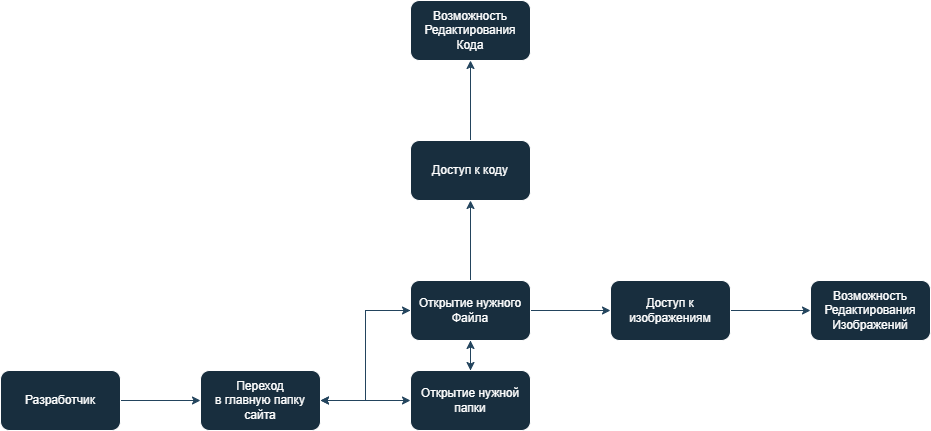
This is DFD.png from s1awisch/site, a draw.io export, as it was before one commit. Source tidied: cells renumbered, new cells last; positions are measured from the earlier drawing's top-left corner, leaving out a move shared by most shapes. The source it was exported from:
```xml
<mxGraphModel>
  <root>
    <mxCell id="0" />
    <mxCell id="1" parent="0" />
    <mxCell id="2" style="edgeStyle=orthogonalEdgeStyle;rounded=0;jettySize=auto;html=1;labelBackgroundColor=none;strokeColor=#23445D;fontColor=default;" parent="1" edge="1" source="3" target="6">
      <mxGeometry relative="1" as="geometry" />
    </mxCell>
    <mxCell id="3" value="Разработчик" style="rounded=1;whiteSpace=wrap;html=1;labelBackgroundColor=none;fillColor=#182E3E;strokeColor=#FFFFFF;fontColor=#FFFFFF;" parent="1" vertex="1">
      <mxGeometry y="370" width="120" height="60" as="geometry" />
    </mxCell>
    <mxCell id="4" style="edgeStyle=orthogonalEdgeStyle;rounded=0;jettySize=auto;html=1;exitX=1;exitY=0.5;exitDx=0;exitDy=0;labelBackgroundColor=none;strokeColor=#23445D;fontColor=default;" parent="1" edge="1" source="6" target="14">
      <mxGeometry relative="1" as="geometry" />
    </mxCell>
    <mxCell id="5" style="edgeStyle=orthogonalEdgeStyle;rounded=0;jettySize=auto;html=1;exitX=1;exitY=0.5;exitDx=0;exitDy=0;entryX=0;entryY=0.5;entryDx=0;entryDy=0;labelBackgroundColor=none;strokeColor=#23445D;fontColor=default;" parent="1" edge="1" source="6" target="12">
      <mxGeometry relative="1" as="geometry" />
    </mxCell>
    <mxCell id="6" value="Переход&lt;br&gt;в главную папку&lt;br&gt;сайта" style="whiteSpace=wrap;html=1;rounded=1;labelBackgroundColor=none;fillColor=#182E3E;strokeColor=#FFFFFF;fontColor=#FFFFFF;" parent="1" vertex="1">
      <mxGeometry x="200" y="370" width="120" height="60" as="geometry" />
    </mxCell>
    <mxCell id="7" style="edgeStyle=orthogonalEdgeStyle;rounded=0;jettySize=auto;html=1;labelBackgroundColor=none;strokeColor=#23445D;fontColor=default;" parent="1" edge="1" source="12" target="14">
      <mxGeometry relative="1" as="geometry" />
    </mxCell>
    <mxCell id="8" style="edgeStyle=orthogonalEdgeStyle;rounded=0;jettySize=auto;html=1;exitX=0;exitY=0.5;exitDx=0;exitDy=0;entryX=1;entryY=0.5;entryDx=0;entryDy=0;labelBackgroundColor=none;strokeColor=#23445D;fontColor=default;" parent="1" edge="1" source="12" target="6">
      <mxGeometry relative="1" as="geometry" />
    </mxCell>
    <mxCell id="9" style="edgeStyle=orthogonalEdgeStyle;rounded=0;jettySize=auto;html=1;exitX=0;exitY=0.5;exitDx=0;exitDy=0;entryX=1;entryY=0.5;entryDx=0;entryDy=0;labelBackgroundColor=none;strokeColor=#23445D;fontColor=default;" parent="1" edge="1" source="12" target="6">
      <mxGeometry relative="1" as="geometry" />
    </mxCell>
    <mxCell id="10" style="edgeStyle=orthogonalEdgeStyle;rounded=0;jettySize=auto;html=1;labelBackgroundColor=none;strokeColor=#23445D;fontColor=default;" parent="1" edge="1" source="12" target="16">
      <mxGeometry relative="1" as="geometry" />
    </mxCell>
    <mxCell id="11" style="edgeStyle=orthogonalEdgeStyle;rounded=0;jettySize=auto;html=1;labelBackgroundColor=none;strokeColor=#23445D;fontColor=default;" parent="1" edge="1" source="12" target="18">
      <mxGeometry relative="1" as="geometry" />
    </mxCell>
    <mxCell id="12" value="Открытие нужного&lt;br&gt;Файла" style="whiteSpace=wrap;html=1;rounded=1;labelBackgroundColor=none;fillColor=#182E3E;strokeColor=#FFFFFF;fontColor=#FFFFFF;" parent="1" vertex="1">
      <mxGeometry x="410" y="280" width="120" height="60" as="geometry" />
    </mxCell>
    <mxCell id="13" style="edgeStyle=orthogonalEdgeStyle;rounded=0;jettySize=auto;html=1;exitX=0.5;exitY=0;exitDx=0;exitDy=0;labelBackgroundColor=none;strokeColor=#23445D;fontColor=default;" parent="1" edge="1" source="14" target="12">
      <mxGeometry relative="1" as="geometry" />
    </mxCell>
    <mxCell id="14" value="Открытие нужной папки" style="whiteSpace=wrap;html=1;rounded=1;labelBackgroundColor=none;fillColor=#182E3E;strokeColor=#FFFFFF;fontColor=#FFFFFF;" parent="1" vertex="1">
      <mxGeometry x="410" y="370" width="120" height="60" as="geometry" />
    </mxCell>
    <mxCell id="15" style="edgeStyle=orthogonalEdgeStyle;rounded=0;jettySize=auto;html=1;labelBackgroundColor=none;strokeColor=#23445D;fontColor=default;" parent="1" edge="1" source="16" target="20">
      <mxGeometry relative="1" as="geometry" />
    </mxCell>
    <mxCell id="16" value="Доступ к изображениям" style="whiteSpace=wrap;html=1;rounded=1;labelBackgroundColor=none;fillColor=#182E3E;strokeColor=#FFFFFF;fontColor=#FFFFFF;" parent="1" vertex="1">
      <mxGeometry x="610" y="280" width="120" height="60" as="geometry" />
    </mxCell>
    <mxCell id="17" style="edgeStyle=orthogonalEdgeStyle;rounded=0;jettySize=auto;html=1;labelBackgroundColor=none;strokeColor=#23445D;fontColor=default;" parent="1" edge="1" source="18" target="19">
      <mxGeometry relative="1" as="geometry" />
    </mxCell>
    <mxCell id="18" value="Доступ к коду" style="whiteSpace=wrap;html=1;rounded=1;labelBackgroundColor=none;fillColor=#182E3E;strokeColor=#FFFFFF;fontColor=#FFFFFF;" parent="1" vertex="1">
      <mxGeometry x="410" y="140" width="120" height="60" as="geometry" />
    </mxCell>
    <mxCell id="19" value="Возможность&lt;br&gt;Редактирования&lt;br&gt;Кода" style="whiteSpace=wrap;html=1;rounded=1;labelBackgroundColor=none;fillColor=#182E3E;strokeColor=#FFFFFF;fontColor=#FFFFFF;" parent="1" vertex="1">
      <mxGeometry x="410" width="120" height="60" as="geometry" />
    </mxCell>
    <mxCell id="20" value="Возможность&lt;br&gt;Редактирования&lt;br&gt;Изображений" style="whiteSpace=wrap;html=1;rounded=1;labelBackgroundColor=none;fillColor=#182E3E;strokeColor=#FFFFFF;fontColor=#FFFFFF;" parent="1" vertex="1">
      <mxGeometry x="810" y="280" width="120" height="60" as="geometry" />
    </mxCell>
  </root>
</mxGraphModel>
```
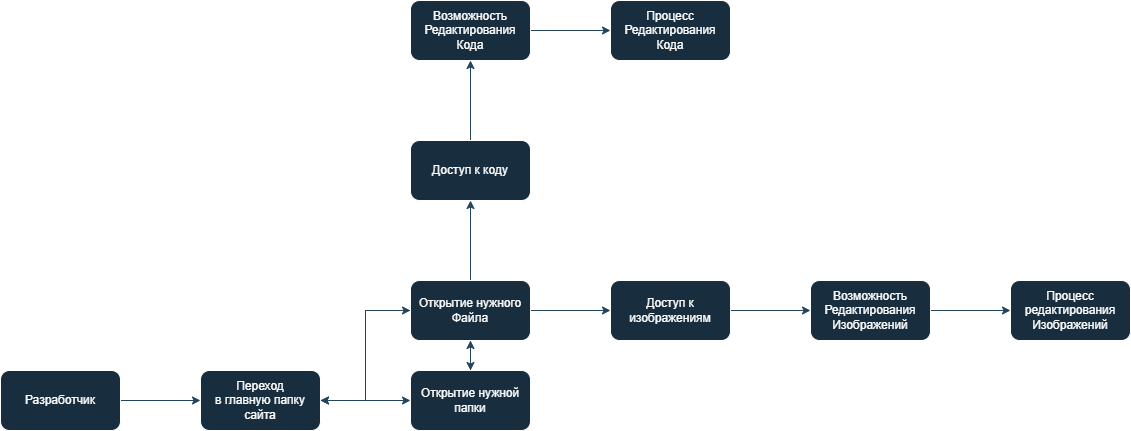
The same diagram one commit later.

Diff of the diagram source:
```diff
@@ -53,11 +53,23 @@
     <mxCell id="18" value="Доступ к коду" style="whiteSpace=wrap;html=1;rounded=1;labelBackgroundColor=none;fillColor=#182E3E;strokeColor=#FFFFFF;fontColor=#FFFFFF;" parent="1" vertex="1">
       <mxGeometry x="410" y="140" width="120" height="60" as="geometry" />
     </mxCell>
+    <mxCell id="21" style="edgeStyle=orthogonalEdgeStyle;rounded=0;jettySize=auto;html=1;strokeColor=#23445D;" parent="1" edge="1" source="19" target="23">
+      <mxGeometry relative="1" as="geometry" />
+    </mxCell>
     <mxCell id="19" value="Возможность&lt;br&gt;Редактирования&lt;br&gt;Кода" style="whiteSpace=wrap;html=1;rounded=1;labelBackgroundColor=none;fillColor=#182E3E;strokeColor=#FFFFFF;fontColor=#FFFFFF;" parent="1" vertex="1">
       <mxGeometry x="410" width="120" height="60" as="geometry" />
     </mxCell>
+    <mxCell id="22" style="edgeStyle=orthogonalEdgeStyle;rounded=0;jettySize=auto;html=1;strokeColor=#23445D;" parent="1" edge="1" source="20" target="24">
+      <mxGeometry relative="1" as="geometry" />
+    </mxCell>
     <mxCell id="20" value="Возможность&lt;br&gt;Редактирования&lt;br&gt;Изображений" style="whiteSpace=wrap;html=1;rounded=1;labelBackgroundColor=none;fillColor=#182E3E;strokeColor=#FFFFFF;fontColor=#FFFFFF;" parent="1" vertex="1">
       <mxGeometry x="810" y="280" width="120" height="60" as="geometry" />
     </mxCell>
+    <mxCell id="23" value="Процесс&lt;br&gt;Редактирования&lt;br&gt;Кода" style="whiteSpace=wrap;html=1;fillColor=#182E3E;strokeColor=#FFFFFF;fontColor=#FFFFFF;rounded=1;labelBackgroundColor=none;" parent="1" vertex="1">
+      <mxGeometry x="610" width="120" height="60" as="geometry" />
+    </mxCell>
+    <mxCell id="24" value="Процесс редактирования&lt;br&gt;Изображений" style="whiteSpace=wrap;html=1;fillColor=#182E3E;strokeColor=#FFFFFF;fontColor=#FFFFFF;rounded=1;labelBackgroundColor=none;" parent="1" vertex="1">
+      <mxGeometry x="1010" y="280" width="120" height="60" as="geometry" />
+    </mxCell>
   </root>
 </mxGraphModel>
```
